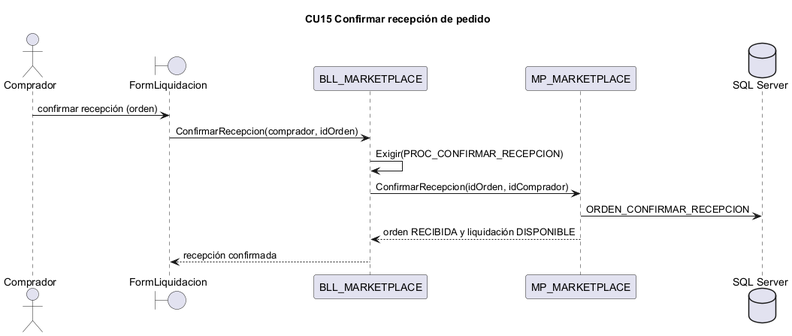
Before: docs/diagramas/secuencias_png/CU15.png, a diagram exported from PlantUML (L-Muniz/uai-diploma_2026).
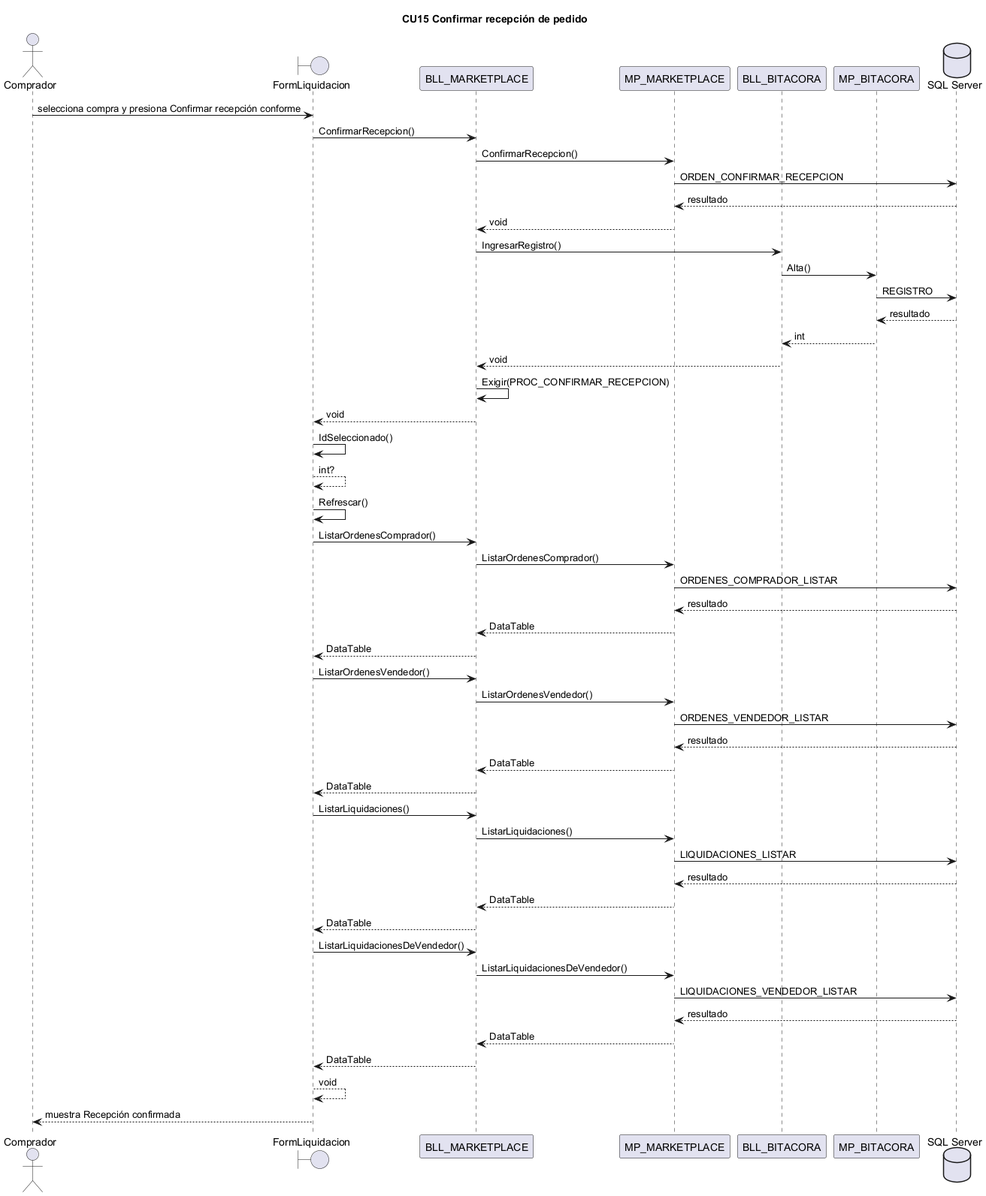
The same file after the commit.

The edit, as a diff of the source:
```diff
@@ -1,15 +1,53 @@
 @startuml CU15
 title CU15 Confirmar recepción de pedido
-actor Comprador
-boundary "FormLiquidacion" as IU
-participant "BLL_MARKETPLACE" as BLL
-participant "MP_MARKETPLACE" as DAL
+actor "Comprador" as ACT
+boundary FormLiquidacion
+participant BLL_MARKETPLACE
+participant MP_MARKETPLACE
+participant BLL_BITACORA
+participant MP_BITACORA
 database "SQL Server" as BD
-Comprador -> IU : confirmar recepción (orden)
-IU -> BLL : ConfirmarRecepcion(comprador, idOrden)
-BLL -> BLL : Exigir(PROC_CONFIRMAR_RECEPCION)
-BLL -> DAL : ConfirmarRecepcion(idOrden, idComprador)
-DAL -> BD : ORDEN_CONFIRMAR_RECEPCION
-DAL --> BLL : orden RECIBIDA y liquidación DISPONIBLE
-BLL --> IU : recepción confirmada
+ACT -> FormLiquidacion : selecciona compra y presiona Confirmar recepción conforme
+FormLiquidacion -> BLL_MARKETPLACE : ConfirmarRecepcion()
+BLL_MARKETPLACE -> MP_MARKETPLACE : ConfirmarRecepcion()
+MP_MARKETPLACE -> BD : ORDEN_CONFIRMAR_RECEPCION
+BD --> MP_MARKETPLACE : resultado
+MP_MARKETPLACE --> BLL_MARKETPLACE : void
+BLL_MARKETPLACE -> BLL_BITACORA : IngresarRegistro()
+BLL_BITACORA -> MP_BITACORA : Alta()
+MP_BITACORA -> BD : REGISTRO
+BD --> MP_BITACORA : resultado
+MP_BITACORA --> BLL_BITACORA : int
+BLL_BITACORA --> BLL_MARKETPLACE : void
+BLL_MARKETPLACE -> BLL_MARKETPLACE : Exigir(PROC_CONFIRMAR_RECEPCION)
+BLL_MARKETPLACE --> FormLiquidacion : void
+FormLiquidacion -> FormLiquidacion : IdSeleccionado()
+FormLiquidacion --> FormLiquidacion : int?
+FormLiquidacion -> FormLiquidacion : Refrescar()
+FormLiquidacion -> BLL_MARKETPLACE : ListarOrdenesComprador()
+BLL_MARKETPLACE -> MP_MARKETPLACE : ListarOrdenesComprador()
+MP_MARKETPLACE -> BD : ORDENES_COMPRADOR_LISTAR
+BD --> MP_MARKETPLACE : resultado
+MP_MARKETPLACE --> BLL_MARKETPLACE : DataTable
+BLL_MARKETPLACE --> FormLiquidacion : DataTable
+FormLiquidacion -> BLL_MARKETPLACE : ListarOrdenesVendedor()
+BLL_MARKETPLACE -> MP_MARKETPLACE : ListarOrdenesVendedor()
+MP_MARKETPLACE -> BD : ORDENES_VENDEDOR_LISTAR
+BD --> MP_MARKETPLACE : resultado
+MP_MARKETPLACE --> BLL_MARKETPLACE : DataTable
+BLL_MARKETPLACE --> FormLiquidacion : DataTable
+FormLiquidacion -> BLL_MARKETPLACE : ListarLiquidaciones()
+BLL_MARKETPLACE -> MP_MARKETPLACE : ListarLiquidaciones()
+MP_MARKETPLACE -> BD : LIQUIDACIONES_LISTAR
+BD --> MP_MARKETPLACE : resultado
+MP_MARKETPLACE --> BLL_MARKETPLACE : DataTable
+BLL_MARKETPLACE --> FormLiquidacion : DataTable
+FormLiquidacion -> BLL_MARKETPLACE : ListarLiquidacionesDeVendedor()
+BLL_MARKETPLACE -> MP_MARKETPLACE : ListarLiquidacionesDeVendedor()
+MP_MARKETPLACE -> BD : LIQUIDACIONES_VENDEDOR_LISTAR
+BD --> MP_MARKETPLACE : resultado
+MP_MARKETPLACE --> BLL_MARKETPLACE : DataTable
+BLL_MARKETPLACE --> FormLiquidacion : DataTable
+FormLiquidacion --> FormLiquidacion : void
+FormLiquidacion --> ACT : muestra Recepción confirmada
 @enduml
```
